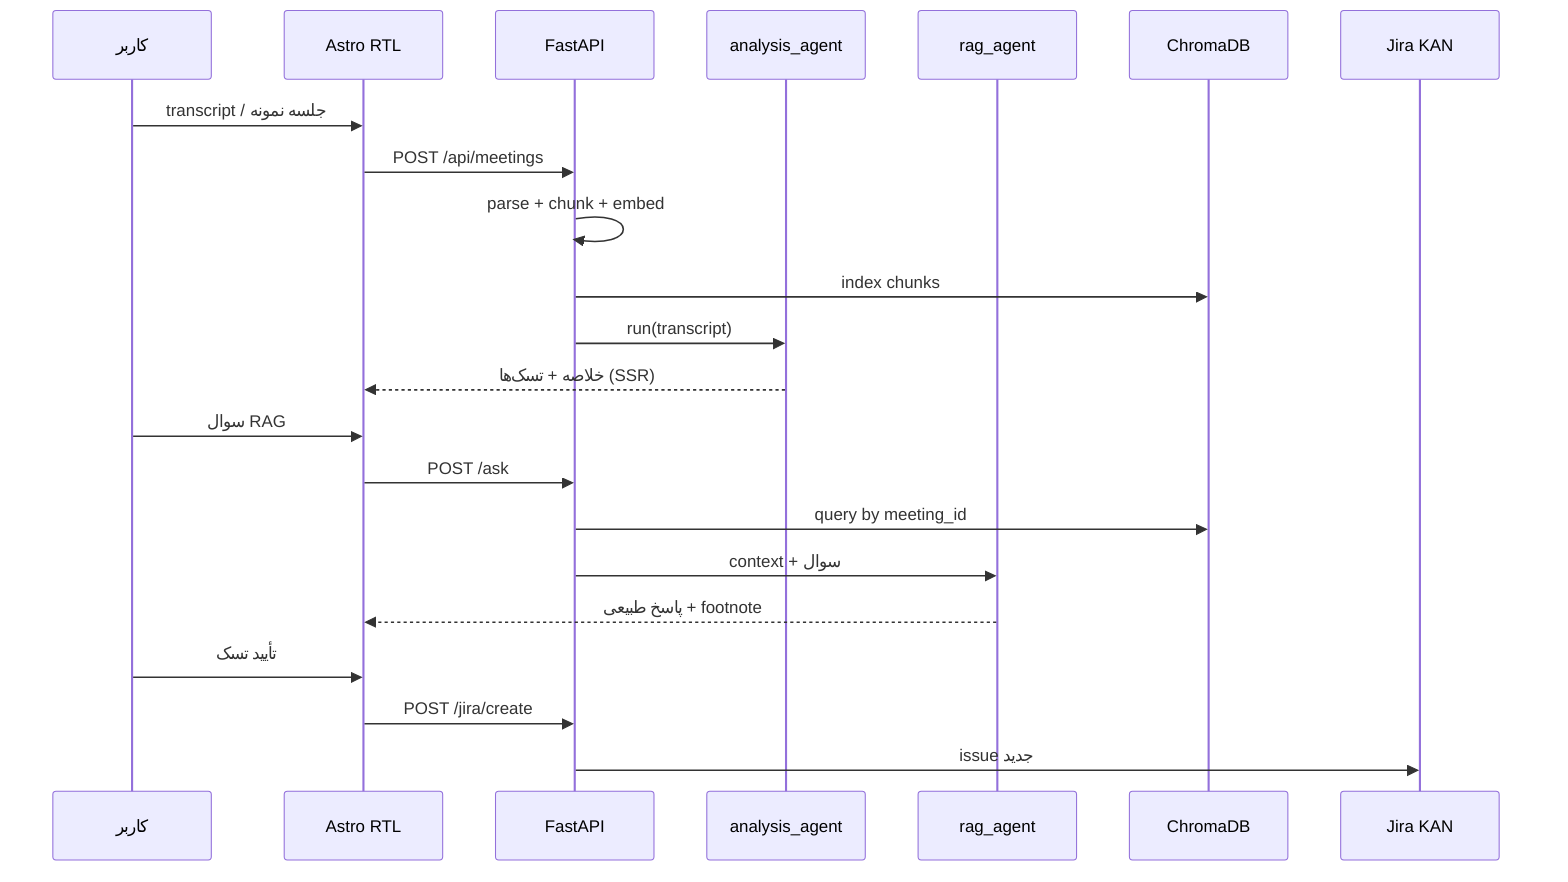
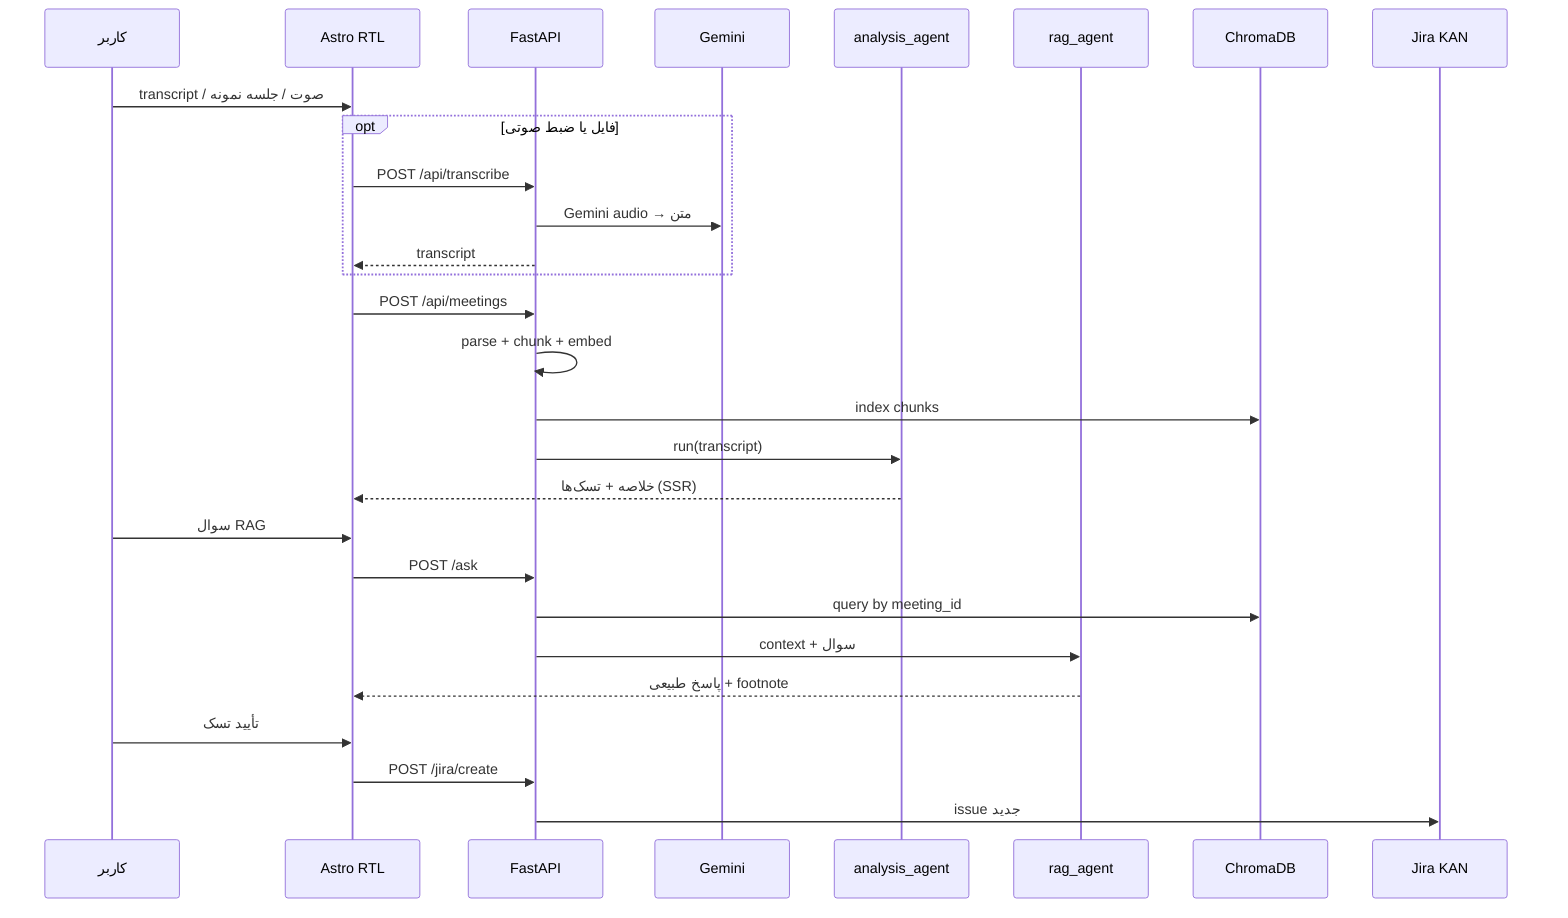
sequenceDiagram
    participant U as کاربر
    participant UI as Astro RTL
    participant API as FastAPI
+     participant G as Gemini
    participant AA as analysis_agent
    participant RA as rag_agent
    participant C as ChromaDB
    participant J as Jira KAN

-     U->>UI: transcript / جلسه نمونه
+     U->>UI: transcript / صوت / جلسه نمونه
+     opt فایل یا ضبط صوتی
+         UI->>API: POST /api/transcribe
+         API->>G: Gemini audio → متن
+         API-->>UI: transcript
+     end
    UI->>API: POST /api/meetings
    API->>API: parse + chunk + embed
    API->>C: index chunks
    API->>AA: run(transcript)
    AA-->>UI: خلاصه + تسک‌ها (SSR)
    U->>UI: سوال RAG
    UI->>API: POST /ask
    API->>C: query by meeting_id
    API->>RA: context + سوال
    RA-->>UI: پاسخ طبیعی + footnote
    U->>UI: تأیید تسک
    UI->>API: POST /jira/create
    API->>J: issue جدید